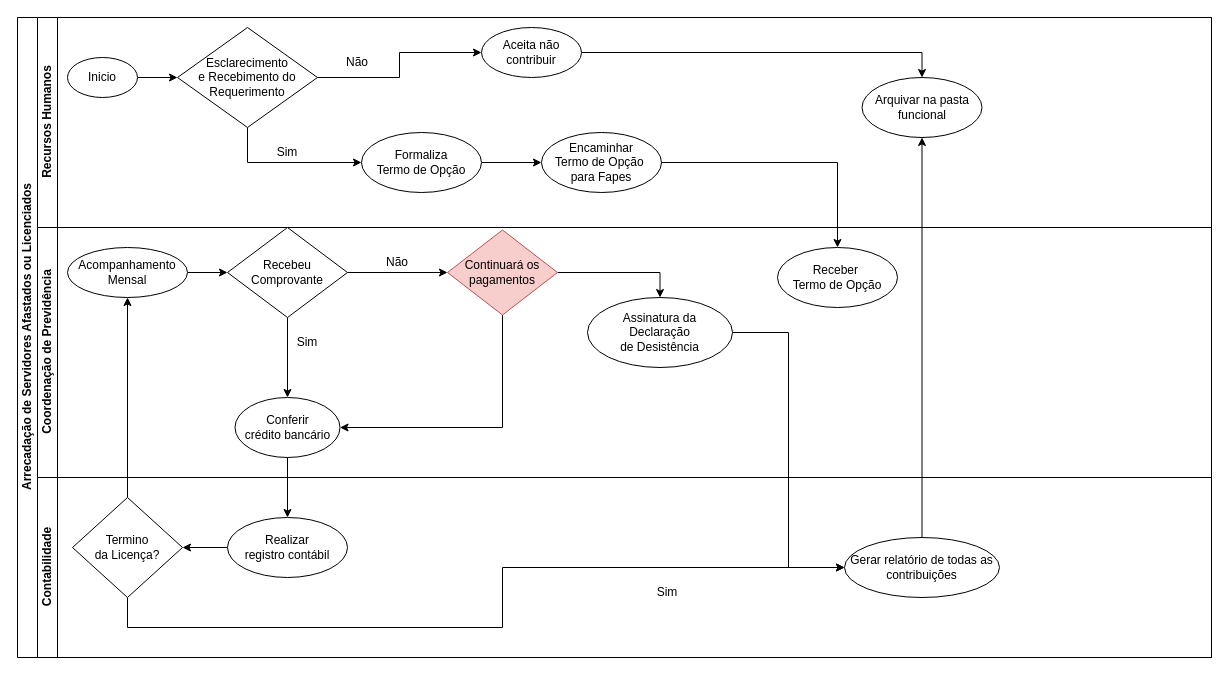
The draw.io diagram Cobrança Servidor Licenciado.drawio in Ramaniks/fluxogramas-toledoprev, before the edit. Source tidied: cells renumbered, new cells numbered last; positions are measured from the earlier drawing's top-left corner, leaving out a move shared by most shapes. Both pictures are drawn from the tidied source at 100%, with x=0, y=0 at pixel (17, 17).
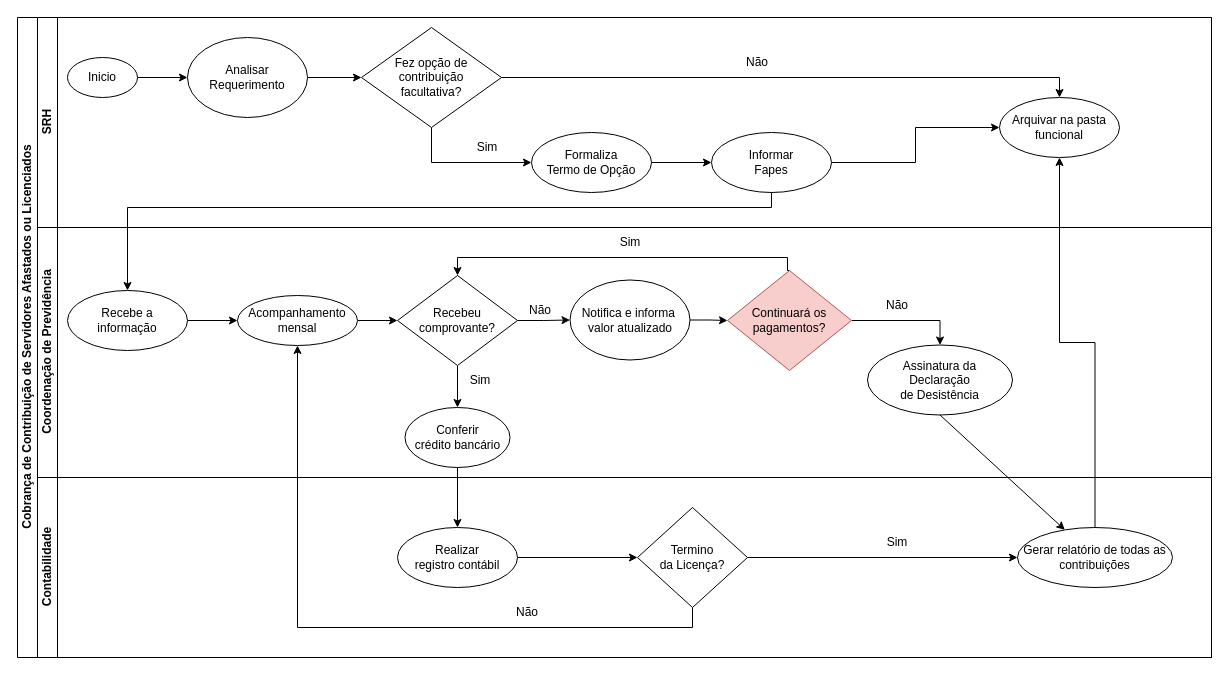
The same diagram, later.

Commit message (it also covers changes not shown here):
Novos Ajustes visuais conforme mudou o entendimento.

The change refers to these unchanged cells:
```xml
<mxCell id="5" value="Inicio" style="ellipse;whiteSpace=wrap;html=1;" parent="3" vertex="1">
  <mxGeometry x="30" y="40" width="70" height="40" as="geometry" />
</mxCell>
<mxCell id="17" value="Coordenação de Previdência" style="swimlane;startSize=20;horizontal=0;html=1;" parent="2" vertex="1">
  <mxGeometry x="20" y="210" width="1174" height="250" as="geometry" />
</mxCell>
<mxCell id="31" value="Contabilidade" style="swimlane;startSize=20;horizontal=0;html=1;" parent="2" vertex="1">
  <mxGeometry x="20" y="460" width="1174" height="180" as="geometry" />
</mxCell>
```

Change to the diagram source:
```diff
@@
-    <mxCell id="2" value="Arrecadação de Servidores Afastados ou Licenciados" style="swimlane;horizontal=0;startSize=20;html=1;" parent="1" vertex="1">
+    <mxCell id="2" value="Cobrança de Contribuição de Servidores Afastados ou Licenciados" style="swimlane;horizontal=0;startSize=20;html=1;" parent="1" vertex="1">
       <mxGeometry width="1194" height="640" as="geometry" />
     </mxCell>
-    <mxCell id="3" value="Recursos Humanos" style="swimlane;startSize=20;horizontal=0;html=1;" parent="2" vertex="1">
+    <mxCell id="3" value="SRH" style="swimlane;startSize=20;horizontal=0;html=1;" parent="2" vertex="1">
       <mxGeometry x="20" width="1174" height="210" as="geometry" />
     </mxCell>
-    <mxCell id="4" style="edgeStyle=orthogonalEdgeStyle;rounded=0;jettySize=auto;html=1;entryX=0;entryY=0.5;entryDx=0;entryDy=0;" parent="3" edge="1" source="5" target="14">
-      <mxGeometry relative="1" as="geometry" />
-    </mxCell>
+    <mxCell id="43" style="edgeStyle=orthogonalEdgeStyle;rounded=0;jettySize=auto;html=1;" parent="3" edge="1" source="5" target="47">
+      <mxGeometry relative="1" as="geometry" />
+    </mxCell>
@@
-    <mxCell id="6" style="edgeStyle=orthogonalEdgeStyle;rounded=0;jettySize=auto;html=1;entryX=0.5;entryY=0;entryDx=0;entryDy=0;" parent="3" edge="1" source="7" target="11">
-      <mxGeometry relative="1" as="geometry" />
-    </mxCell>
-    <mxCell id="7" value="Aceita não contribuir" style="ellipse;whiteSpace=wrap;html=1;" parent="3" vertex="1">
-      <mxGeometry x="444" y="10" width="100" height="50" as="geometry" />
-    </mxCell>
@@
     <mxCell id="9" value="Formaliza &lt;br&gt;Termo de Opção" style="ellipse;whiteSpace=wrap;html=1;" parent="3" vertex="1">
-      <mxGeometry x="324" y="115" width="120" height="60" as="geometry" />
+      <mxGeometry x="494" y="115" width="120" height="60" as="geometry" />
     </mxCell>
+    <mxCell id="44" style="edgeStyle=orthogonalEdgeStyle;rounded=0;jettySize=auto;html=1;" parent="3" edge="1" source="10" target="11">
+      <mxGeometry relative="1" as="geometry" />
+    </mxCell>
-    <mxCell id="10" value="Encaminhar&lt;br&gt;Termo de Opção&amp;nbsp;&lt;br&gt;para Fapes" style="ellipse;whiteSpace=wrap;html=1;" parent="3" vertex="1">
-      <mxGeometry x="504" y="115" width="120" height="60" as="geometry" />
+    <mxCell id="10" value="Informar&lt;br&gt;Fapes" style="ellipse;whiteSpace=wrap;html=1;" parent="3" vertex="1">
+      <mxGeometry x="674" y="115" width="120" height="60" as="geometry" />
     </mxCell>
     <mxCell id="11" value="Arquivar na pasta funcional" style="ellipse;whiteSpace=wrap;html=1;" parent="3" vertex="1">
-      <mxGeometry x="824.5" y="60" width="120" height="60" as="geometry" />
+      <mxGeometry x="962" y="80" width="120" height="60" as="geometry" />
     </mxCell>
-    <mxCell id="12" style="edgeStyle=orthogonalEdgeStyle;rounded=0;jettySize=auto;html=1;entryX=0;entryY=0.5;entryDx=0;entryDy=0;" parent="3" edge="1" source="14" target="7">
-      <mxGeometry relative="1" as="geometry" />
-    </mxCell>
-    <mxCell id="13" style="edgeStyle=orthogonalEdgeStyle;rounded=0;jettySize=auto;html=1;entryX=0;entryY=0.5;entryDx=0;entryDy=0;" parent="3" edge="1" source="14" target="9">
+    <mxCell id="13" style="edgeStyle=orthogonalEdgeStyle;rounded=0;jettySize=auto;html=1;entryX=0;entryY=0.5;entryDx=0;entryDy=0;exitX=0.5;exitY=1;exitDx=0;exitDy=0;" parent="3" edge="1" source="14" target="9">
       <mxGeometry relative="1" as="geometry">
         <Array as="points">
-          <mxPoint x="210" y="145" />
+          <mxPoint x="394" y="145" />
         </Array>
       </mxGeometry>
     </mxCell>
+    <mxCell id="45" style="edgeStyle=orthogonalEdgeStyle;rounded=0;jettySize=auto;html=1;entryX=0.5;entryY=0;entryDx=0;entryDy=0;" parent="3" edge="1" source="14" target="11">
+      <mxGeometry relative="1" as="geometry" />
+    </mxCell>
-    <mxCell id="14" value="Esclarecimento &lt;br&gt;e Recebimento do Requerimento" style="rhombus;whiteSpace=wrap;html=1;" parent="3" vertex="1">
-      <mxGeometry x="140" y="10" width="140" height="100" as="geometry" />
+    <mxCell id="14" value="Fez opção de contribuição &lt;br&gt;facultativa?" style="rhombus;whiteSpace=wrap;html=1;" parent="3" vertex="1">
+      <mxGeometry x="324" y="10" width="140" height="100" as="geometry" />
     </mxCell>
     <mxCell id="15" value="Sim" style="text;html=1;strokeColor=none;fillColor=none;align=center;verticalAlign=middle;whiteSpace=wrap;rounded=0;" parent="3" vertex="1">
-      <mxGeometry x="220" y="120" width="60" height="30" as="geometry" />
+      <mxGeometry x="420" y="115" width="60" height="30" as="geometry" />
     </mxCell>
     <mxCell id="16" value="Não" style="text;html=1;strokeColor=none;fillColor=none;align=center;verticalAlign=middle;whiteSpace=wrap;rounded=0;" parent="3" vertex="1">
-      <mxGeometry x="290" y="30" width="60" height="30" as="geometry" />
+      <mxGeometry x="690" y="30" width="60" height="30" as="geometry" />
     </mxCell>
+    <mxCell id="46" style="edgeStyle=orthogonalEdgeStyle;rounded=0;jettySize=auto;html=1;" parent="3" edge="1" source="47" target="14">
+      <mxGeometry relative="1" as="geometry" />
+    </mxCell>
+    <mxCell id="47" value="Analisar Requerimento" style="ellipse;whiteSpace=wrap;html=1;" parent="3" vertex="1">
+      <mxGeometry x="150" y="20" width="120" height="80" as="geometry" />
+    </mxCell>
+    <mxCell id="38" style="edgeStyle=orthogonalEdgeStyle;rounded=0;jettySize=auto;html=1;" parent="2" edge="1" source="21" target="33">
+      <mxGeometry relative="1" as="geometry" />
+    </mxCell>
+    <mxCell id="42" style="rounded=0;jettySize=auto;html=1;exitX=0.5;exitY=1;exitDx=0;exitDy=0;" parent="2" edge="1" source="20" target="34">
+      <mxGeometry relative="1" as="geometry" />
+    </mxCell>
@@
-    <mxCell id="19" value="Acompanhamento&lt;br&gt;Mensal" style="ellipse;whiteSpace=wrap;html=1;" parent="17" vertex="1">
-      <mxGeometry x="30" y="20" width="120" height="50" as="geometry" />
+    <mxCell id="19" value="Acompanhamento&lt;br&gt;mensal" style="ellipse;whiteSpace=wrap;html=1;" parent="17" vertex="1">
+      <mxGeometry x="200" y="68" width="120" height="50" as="geometry" />
     </mxCell>
     <mxCell id="20" value="Assinatura da &lt;br&gt;Declaração &lt;br&gt;de Desistência" style="ellipse;whiteSpace=wrap;html=1;" parent="17" vertex="1">
-      <mxGeometry x="550" y="70" width="145" height="70" as="geometry" />
+      <mxGeometry x="830" y="117.5" width="145" height="70" as="geometry" />
     </mxCell>
     <mxCell id="21" value="Conferir &lt;br&gt;crédito bancário" style="ellipse;whiteSpace=wrap;html=1;" parent="17" vertex="1">
-      <mxGeometry x="197.5" y="170" width="105" height="60" as="geometry" />
+      <mxGeometry x="367.5" y="180" width="105" height="60" as="geometry" />
     </mxCell>
@@
-    <mxCell id="23" style="edgeStyle=orthogonalEdgeStyle;rounded=0;jettySize=auto;html=1;" parent="17" edge="1" source="24" target="30">
-      <mxGeometry relative="1" as="geometry" />
-    </mxCell>
+    <mxCell id="48" style="edgeStyle=orthogonalEdgeStyle;rounded=0;jettySize=auto;html=1;" parent="17" edge="1" source="24" target="52">
+      <mxGeometry relative="1" as="geometry" />
+    </mxCell>
-    <mxCell id="24" value="Recebeu Comprovante" style="rhombus;whiteSpace=wrap;html=1;" parent="17" vertex="1">
-      <mxGeometry x="190" width="120" height="90" as="geometry" />
+    <mxCell id="24" value="Recebeu comprovante?" style="rhombus;whiteSpace=wrap;html=1;" parent="17" vertex="1">
+      <mxGeometry x="360" y="48" width="120" height="90" as="geometry" />
     </mxCell>
     <mxCell id="25" value="Sim" style="text;html=1;strokeColor=none;fillColor=none;align=center;verticalAlign=middle;whiteSpace=wrap;rounded=0;" parent="17" vertex="1">
-      <mxGeometry x="240" y="100" width="60" height="30" as="geometry" />
+      <mxGeometry x="412.5" y="138" width="60" height="30" as="geometry" />
     </mxCell>
     <mxCell id="26" value="Não" style="text;html=1;strokeColor=none;fillColor=none;align=center;verticalAlign=middle;whiteSpace=wrap;rounded=0;" parent="17" vertex="1">
-      <mxGeometry x="330" y="20" width="60" height="30" as="geometry" />
+      <mxGeometry x="472.5" y="68" width="60" height="30" as="geometry" />
     </mxCell>
+    <mxCell id="49" style="edgeStyle=orthogonalEdgeStyle;rounded=0;jettySize=auto;html=1;" parent="17" edge="1" source="27" target="19">
+      <mxGeometry relative="1" as="geometry" />
+    </mxCell>
-    <mxCell id="27" value="Receber&amp;nbsp;&lt;br&gt;Termo de Opção" style="ellipse;whiteSpace=wrap;html=1;" parent="17" vertex="1">
-      <mxGeometry x="740" y="20" width="120" height="60" as="geometry" />
+    <mxCell id="27" value="Recebe a&lt;br&gt;informação" style="ellipse;whiteSpace=wrap;html=1;" parent="17" vertex="1">
+      <mxGeometry x="30" y="63" width="120" height="60" as="geometry" />
     </mxCell>
-    <mxCell id="28" style="edgeStyle=orthogonalEdgeStyle;rounded=0;jettySize=auto;html=1;entryX=1;entryY=0.5;entryDx=0;entryDy=0;" parent="17" edge="1" source="30" target="21">
-      <mxGeometry relative="1" as="geometry">
-        <Array as="points">
-          <mxPoint x="465" y="200" />
-        </Array>
-      </mxGeometry>
-    </mxCell>
@@
+    <mxCell id="50" style="edgeStyle=orthogonalEdgeStyle;rounded=0;jettySize=auto;html=1;entryX=0.5;entryY=0;entryDx=0;entryDy=0;exitX=0.5;exitY=0;exitDx=0;exitDy=0;" parent="17" edge="1" source="30" target="24">
+      <mxGeometry relative="1" as="geometry">
+        <Array as="points">
+          <mxPoint x="750" y="43" />
+          <mxPoint x="750" y="30" />
+          <mxPoint x="420" y="30" />
+        </Array>
+      </mxGeometry>
+    </mxCell>
-    <mxCell id="30" value="Continuará os&lt;br&gt;pagamentos" style="rhombus;whiteSpace=wrap;html=1;fillColor=#f8cecc;strokeColor=#b85450;" parent="17" vertex="1">
-      <mxGeometry x="410" y="2.5" width="110" height="85" as="geometry" />
+    <mxCell id="30" value="Continuará os&lt;br&gt;pagamentos?" style="rhombus;whiteSpace=wrap;html=1;fillColor=#f8cecc;strokeColor=#b85450;" parent="17" vertex="1">
+      <mxGeometry x="690" y="43" width="124" height="100" as="geometry" />
     </mxCell>
+    <mxCell id="51" style="edgeStyle=orthogonalEdgeStyle;rounded=0;jettySize=auto;html=1;entryX=0;entryY=0.5;entryDx=0;entryDy=0;" parent="17" edge="1" source="52" target="30">
+      <mxGeometry relative="1" as="geometry" />
+    </mxCell>
+    <mxCell id="52" value="Notifica e informa&amp;nbsp;&lt;br&gt;valor atualizado" style="ellipse;whiteSpace=wrap;html=1;" parent="17" vertex="1">
+      <mxGeometry x="532.5" y="52.5" width="120" height="80" as="geometry" />
+    </mxCell>
+    <mxCell id="53" value="Não" style="text;html=1;strokeColor=none;fillColor=none;align=center;verticalAlign=middle;whiteSpace=wrap;rounded=0;" parent="17" vertex="1">
+      <mxGeometry x="830" y="63" width="60" height="30" as="geometry" />
+    </mxCell>
+    <mxCell id="54" value="Sim" style="text;html=1;strokeColor=none;fillColor=none;align=center;verticalAlign=middle;whiteSpace=wrap;rounded=0;" parent="17" vertex="1">
+      <mxGeometry x="562.5" width="60" height="30" as="geometry" />
+    </mxCell>
@@
-    <mxCell id="32" style="edgeStyle=orthogonalEdgeStyle;rounded=0;jettySize=auto;html=1;" parent="31" edge="1" source="33" target="37">
+    <mxCell id="32" style="edgeStyle=orthogonalEdgeStyle;rounded=0;jettySize=auto;html=1;entryX=0;entryY=0.5;entryDx=0;entryDy=0;" parent="31" edge="1" source="33" target="37">
       <mxGeometry relative="1" as="geometry" />
     </mxCell>
     <mxCell id="33" value="Realizar &lt;br&gt;registro contábil" style="ellipse;whiteSpace=wrap;html=1;" parent="31" vertex="1">
-      <mxGeometry x="190" y="40" width="120" height="60" as="geometry" />
+      <mxGeometry x="360" y="50" width="120" height="60" as="geometry" />
     </mxCell>
     <mxCell id="34" value="Gerar relatório de todas as contribuições" style="ellipse;whiteSpace=wrap;html=1;" parent="31" vertex="1">
-      <mxGeometry x="807" y="60" width="155" height="60" as="geometry" />
+      <mxGeometry x="980" y="50" width="155" height="60" as="geometry" />
     </mxCell>
     <mxCell id="35" value="Sim" style="text;html=1;strokeColor=none;fillColor=none;align=center;verticalAlign=middle;whiteSpace=wrap;rounded=0;" parent="31" vertex="1">
-      <mxGeometry x="600" y="100" width="60" height="30" as="geometry" />
+      <mxGeometry x="830" y="50" width="60" height="30" as="geometry" />
     </mxCell>
-    <mxCell id="36" style="edgeStyle=orthogonalEdgeStyle;rounded=0;jettySize=auto;html=1;exitX=0.5;exitY=1;exitDx=0;exitDy=0;" parent="31" edge="1" source="37" target="34">
-      <mxGeometry relative="1" as="geometry">
-        <Array as="points">
-          <mxPoint x="90" y="150" />
-          <mxPoint x="465" y="150" />
-          <mxPoint x="465" y="90" />
-        </Array>
-      </mxGeometry>
+    <mxCell id="36" style="edgeStyle=orthogonalEdgeStyle;rounded=0;jettySize=auto;html=1;" parent="31" edge="1" source="37" target="34">
+      <mxGeometry relative="1" as="geometry" />
     </mxCell>
     <mxCell id="37" value="Termino &lt;br&gt;da Licença?" style="rhombus;whiteSpace=wrap;html=1;" parent="31" vertex="1">
-      <mxGeometry x="35" y="20" width="110" height="100" as="geometry" />
+      <mxGeometry x="600" y="30" width="110" height="100" as="geometry" />
     </mxCell>
-    <mxCell id="38" style="edgeStyle=orthogonalEdgeStyle;rounded=0;jettySize=auto;html=1;" parent="2" edge="1" source="21" target="33">
-      <mxGeometry relative="1" as="geometry" />
-    </mxCell>
+    <mxCell id="55" value="Não" style="text;html=1;strokeColor=none;fillColor=none;align=center;verticalAlign=middle;whiteSpace=wrap;rounded=0;" parent="31" vertex="1">
+      <mxGeometry x="460" y="120" width="60" height="30" as="geometry" />
+    </mxCell>
@@
-    <mxCell id="40" style="edgeStyle=orthogonalEdgeStyle;rounded=0;jettySize=auto;html=1;" parent="2" edge="1" source="10" target="27">
-      <mxGeometry relative="1" as="geometry" />
+    <mxCell id="40" style="edgeStyle=orthogonalEdgeStyle;rounded=0;jettySize=auto;html=1;entryX=0.5;entryY=0;entryDx=0;entryDy=0;" parent="2" edge="1" source="10" target="27">
+      <mxGeometry relative="1" as="geometry">
+        <Array as="points">
+          <mxPoint x="754" y="190" />
+          <mxPoint x="110" y="190" />
+        </Array>
+      </mxGeometry>
     </mxCell>
     <mxCell id="41" style="edgeStyle=orthogonalEdgeStyle;rounded=0;jettySize=auto;html=1;entryX=0.5;entryY=1;entryDx=0;entryDy=0;" parent="2" edge="1" source="37" target="19">
-      <mxGeometry relative="1" as="geometry" />
+      <mxGeometry relative="1" as="geometry">
+        <Array as="points">
+          <mxPoint x="675" y="610" />
+          <mxPoint x="280" y="610" />
+        </Array>
+      </mxGeometry>
     </mxCell>
-    <mxCell id="42" style="edgeStyle=orthogonalEdgeStyle;rounded=0;jettySize=auto;html=1;entryX=0;entryY=0.5;entryDx=0;entryDy=0;" parent="2" edge="1" source="20" target="34">
-      <mxGeometry relative="1" as="geometry" />
-    </mxCell>
```
